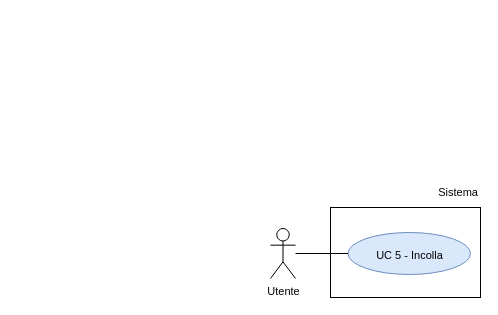
Before: RTB/doc_esterna/analisi-dei-requisiti/assets/draw.io/UC5.drawio in thebitless-group-swe/thebitless.github.io, a draw.io diagram. Source tidied: cells renumbered, new cells numbered last; positions are measured from the earlier drawing's top-left corner, leaving out a move shared by most shapes. Both pictures are drawn from the tidied source at 100%, with x=0, y=0 at pixel (270, 177).
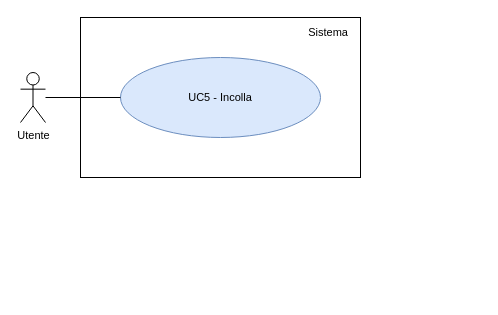
The same diagram, later.

Change to the diagram source:
```diff
@@
 <mxGraphModel>
   <root>
     <mxCell id="0" />
     <mxCell id="1" parent="0" />
     <mxCell id="2" value="Utente" style="shape=umlActor;verticalLabelPosition=bottom;verticalAlign=top;html=1;outlineConnect=0;fontSize=11;" parent="1" vertex="1">
-      <mxGeometry y="51" width="25" height="50" as="geometry" />
+      <mxGeometry x="-250" y="-105" width="25" height="50" as="geometry" />
     </mxCell>
-    <mxCell id="3" style="rounded=0;whiteSpace=wrap;html=1;strokeWidth=1;" parent="1" vertex="1">
-      <mxGeometry x="60" y="30" width="150" height="90" as="geometry" />
-    </mxCell>
+    <mxCell id="8" style="rounded=0;whiteSpace=wrap;html=1;strokeWidth=1;" parent="1" vertex="1">
+      <mxGeometry x="-190" y="-160" width="280" height="160" as="geometry" />
+    </mxCell>
     <mxCell id="4" value="Sistema" style="text;html=1;whiteSpace=wrap;strokeColor=none;fillColor=none;align=right;verticalAlign=middle;fontSize=11;" parent="1" vertex="1">
-      <mxGeometry x="150" width="60" height="30" as="geometry" />
+      <mxGeometry x="10" y="-155" width="70" height="20" as="geometry" />
     </mxCell>
-    <mxCell id="5" value="&lt;div&gt;UC 5 - Incolla&lt;/div&gt;" style="ellipse;whiteSpace=wrap;html=1;fillColor=#dae8fc;strokeColor=#6c8ebf;fontSize=11;convertToSvg=1;svgWhiteSpace=wrap;labelBorderColor=none;labelBackgroundColor=none;spacingBottom=-4;" parent="1" vertex="1">
-      <mxGeometry x="77.5" y="55" width="122.5" height="42" as="geometry" />
-    </mxCell>
-    <mxCell id="6" style="edgeStyle=none;rounded=0;jettySize=auto;html=1;endArrow=none;endFill=0;" parent="1" edge="1" source="2" target="5">
-      <mxGeometry relative="1" as="geometry" />
-    </mxCell>
-    <mxCell id="7" style="edgeStyle=orthogonalEdgeStyle;rounded=0;orthogonalLoop=1;jettySize=auto;html=1;exitX=0.5;exitY=1;exitDx=0;exitDy=0;" parent="1" edge="1" source="4" target="4">
-      <mxGeometry relative="1" as="geometry" />
-    </mxCell>
+    <mxCell id="9" value="UC5 - Incolla" style="ellipse;whiteSpace=wrap;html=1;fillColor=#dae8fc;strokeColor=#6c8ebf;fontSize=11;" parent="1" vertex="1">
+      <mxGeometry x="-150" y="-120" width="200" height="80" as="geometry" />
+    </mxCell>
+    <mxCell id="10" style="edgeStyle=none;rounded=0;jettySize=auto;html=1;endArrow=none;endFill=0;" parent="1" edge="1" source="2" target="9">
+      <mxGeometry relative="1" as="geometry" />
+    </mxCell>
   </root>
 </mxGraphModel>
```
